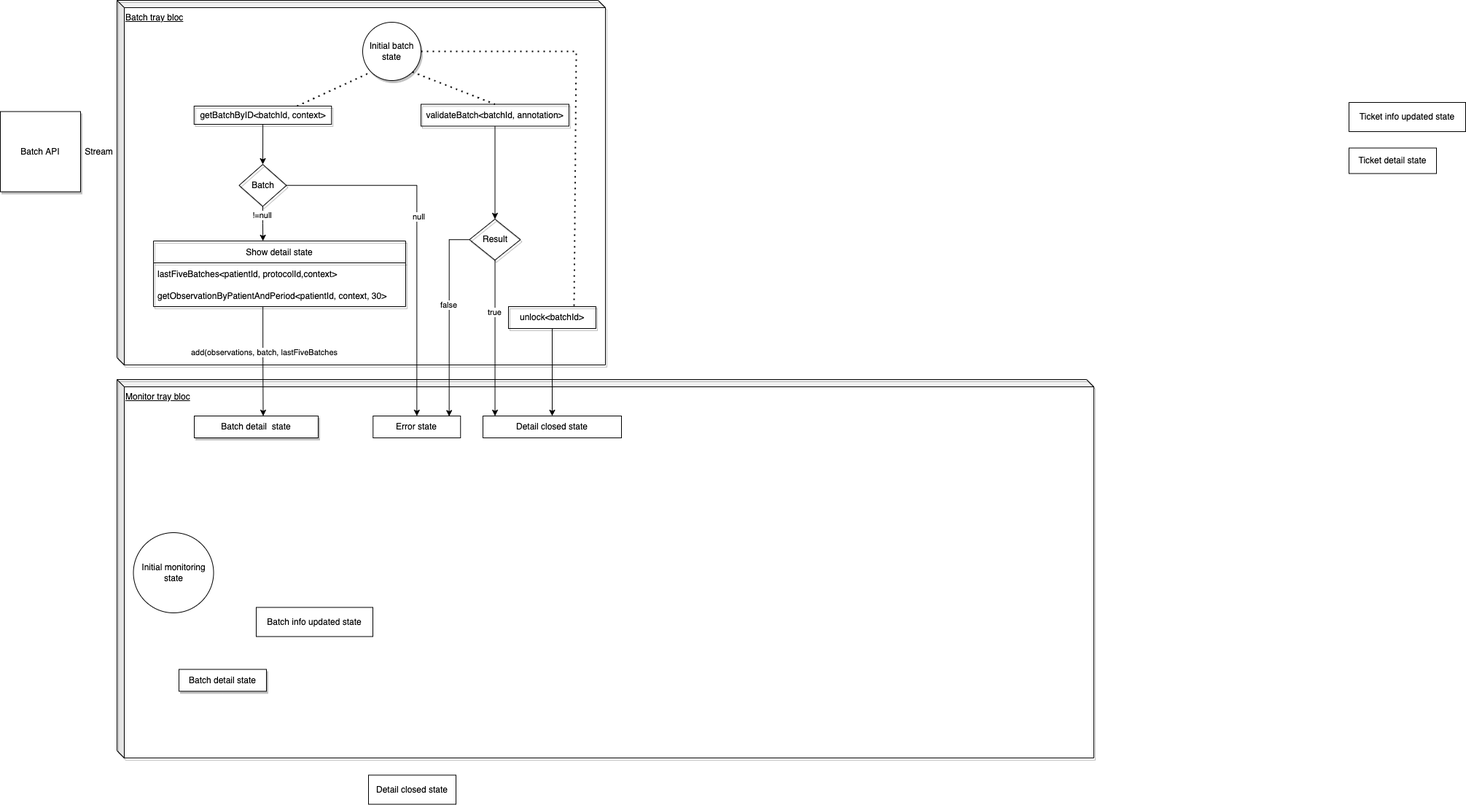
Above: images/Monitor tray bloc.drawio.png in aprilcao221/Digrams (draw.io), before the change. Source tidied: cells renumbered, new cells last; positions are measured from the earlier drawing's top-left corner, leaving out a move shared by most shapes.
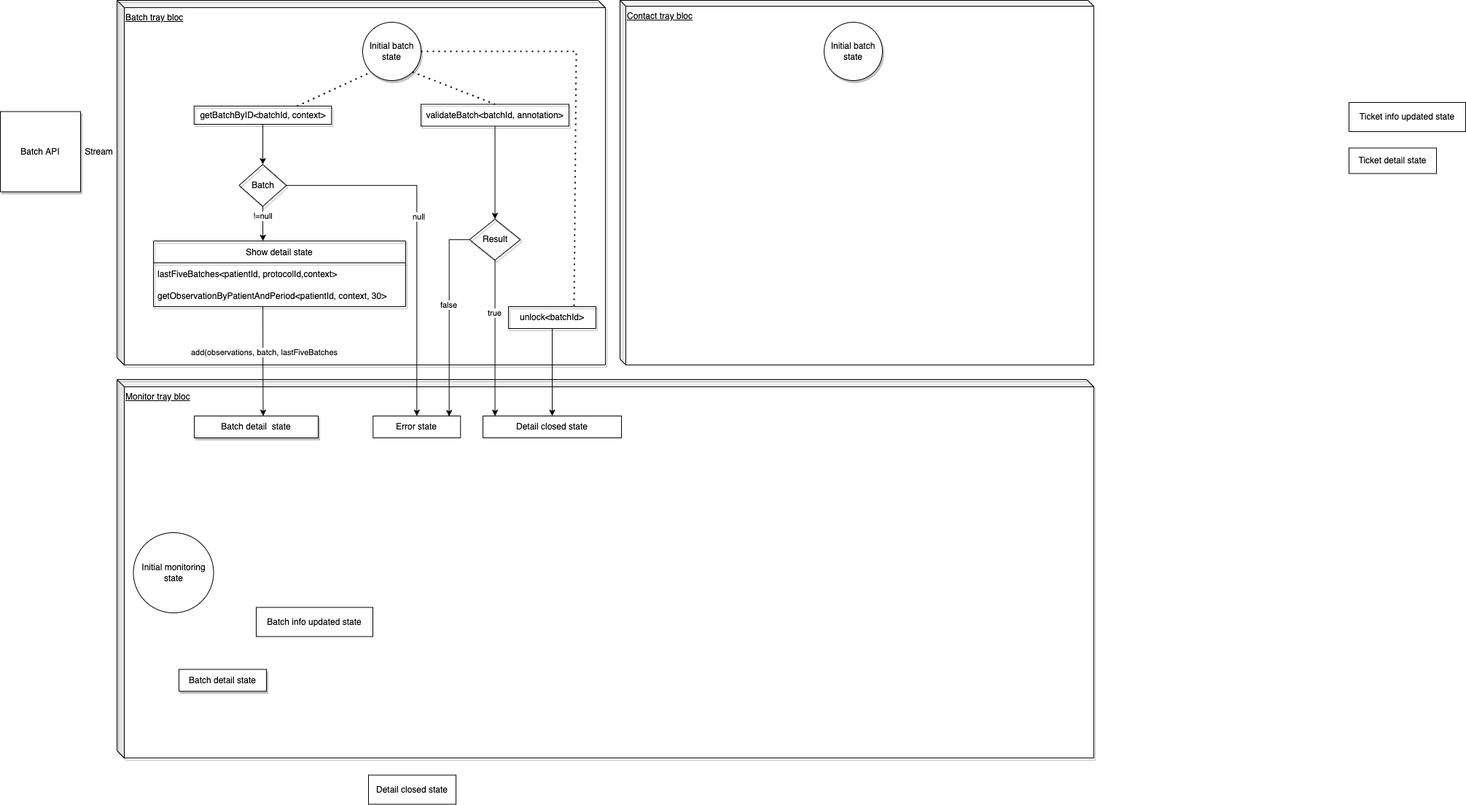
The same file after the commit.

Diff of the diagram source:
```diff
@@ -129,5 +129,11 @@
         </Array>
       </mxGeometry>
     </mxCell>
+    <mxCell id="42" value="&lt;u&gt;Contact tray bloc&lt;/u&gt;" style="shape=cube;whiteSpace=wrap;html=1;boundedLbl=1;backgroundOutline=1;darkOpacity=0.05;darkOpacity2=0.1;size=8;fillColor=none;align=left;verticalAlign=top;" parent="1" vertex="1">
+      <mxGeometry x="850" width="650" height="500" as="geometry" />
+    </mxCell>
+    <mxCell id="43" value="Initial batch state" style="ellipse;whiteSpace=wrap;html=1;shadow=1;" parent="1" vertex="1">
+      <mxGeometry x="1130" y="30" width="80" height="80" as="geometry" />
+    </mxCell>
   </root>
 </mxGraphModel>
```
